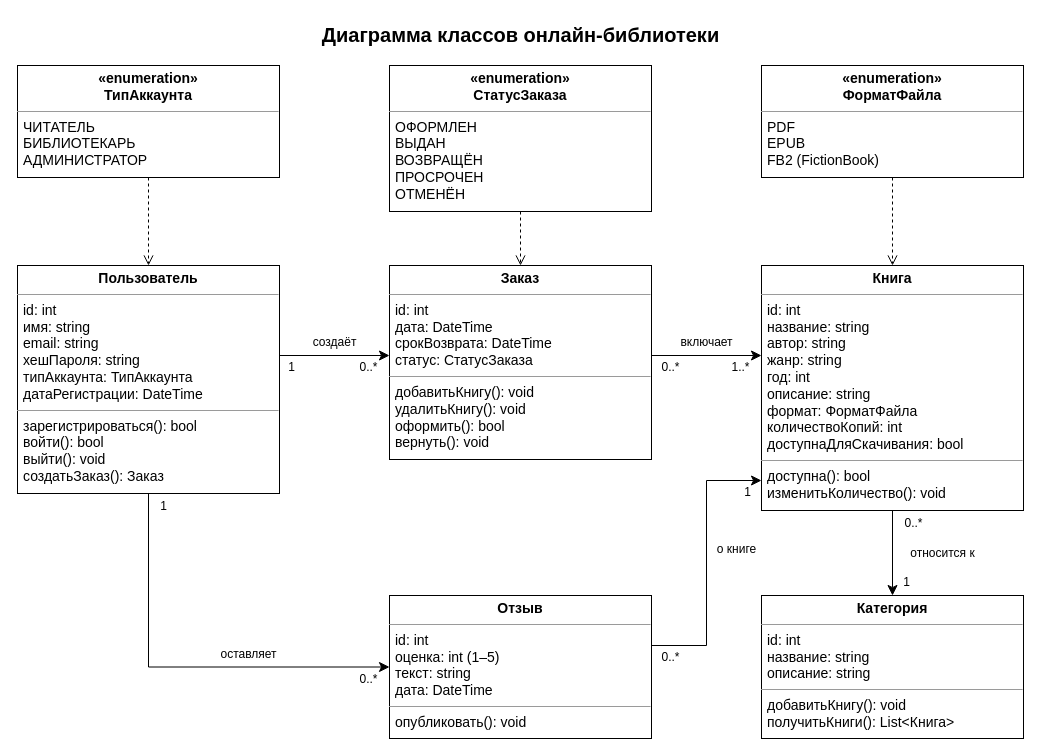
Before: Den4/Диаграмма_классов.drawio in masterRaizer/praktika, a draw.io diagram. Source tidied: cells renumbered, new cells numbered last; positions are measured from the earlier drawing's top-left corner, leaving out a move shared by most shapes. Both pictures are drawn from the tidied source at 100%, with x=0, y=0 at pixel (17, 17).
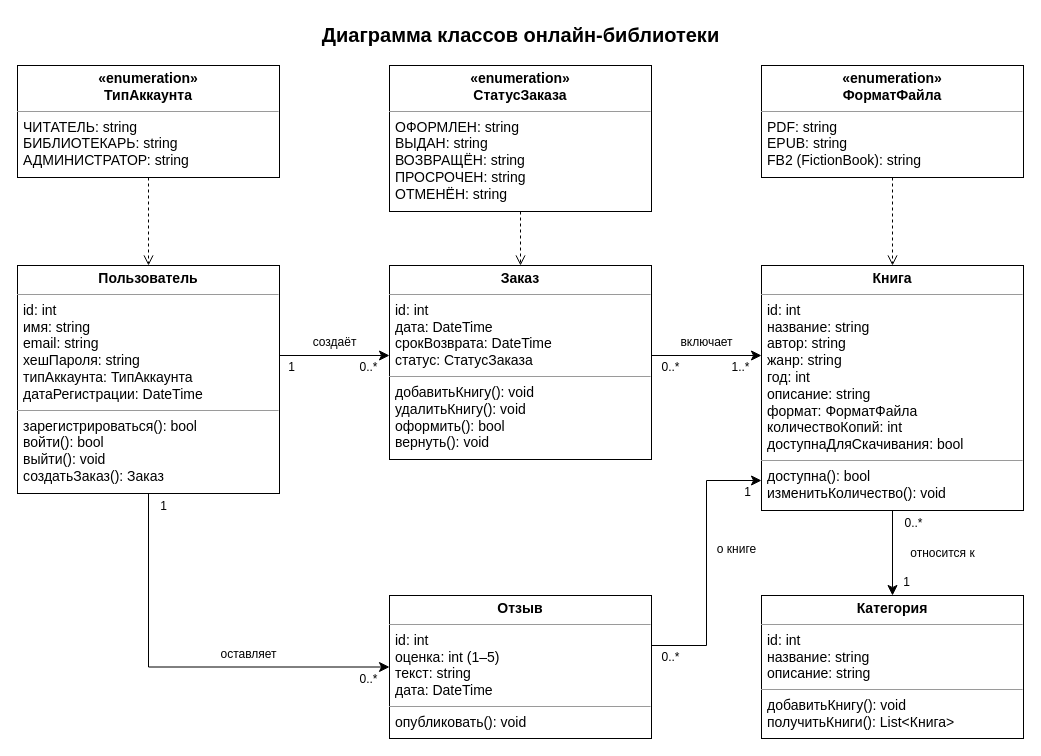
The same diagram, later.

Commit message (it also covers changes not shown here):
День 4: в перечислениях диаграммы классов указан тип хранения значений

Claude-Session: https://claude.ai/code/session_014eikovTKtZpgFz5n7RUEeA

What changed in the source:
```diff
@@
-    <mxCell id="3" value="&lt;p style=&quot;margin:0;margin-top:5px;text-align:center;&quot;&gt;&lt;b&gt;«enumeration»&lt;br&gt;ТипАккаунта&lt;/b&gt;&lt;/p&gt;&lt;hr size=&quot;1&quot;&gt;&lt;p style=&quot;margin:0 0 0 6px;&quot;&gt;ЧИТАТЕЛЬ&lt;br&gt;БИБЛИОТЕКАРЬ&lt;br&gt;АДМИНИСТРАТОР&lt;/p&gt;" style="verticalAlign=top;align=left;overflow=fill;html=1;whiteSpace=wrap;fillColor=#ffffff;strokeColor=#000000;fontFamily=Helvetica;fontSize=14;" parent="1" vertex="1">
+    <mxCell id="3" value="&lt;p style=&quot;margin:0;margin-top:5px;text-align:center;&quot;&gt;&lt;b&gt;«enumeration»&lt;br&gt;ТипАккаунта&lt;/b&gt;&lt;/p&gt;&lt;hr size=&quot;1&quot;&gt;&lt;p style=&quot;margin:0 0 0 6px;&quot;&gt;ЧИТАТЕЛЬ: string&lt;br&gt;БИБЛИОТЕКАРЬ: string&lt;br&gt;АДМИНИСТРАТОР: string&lt;/p&gt;" style="verticalAlign=top;align=left;overflow=fill;html=1;whiteSpace=wrap;fillColor=#ffffff;strokeColor=#000000;fontFamily=Helvetica;fontSize=14;" parent="1" vertex="1">
       <mxGeometry y="48" width="262" height="112" as="geometry" />
     </mxCell>
-    <mxCell id="4" value="&lt;p style=&quot;margin:0;margin-top:5px;text-align:center;&quot;&gt;&lt;b&gt;«enumeration»&lt;br&gt;СтатусЗаказа&lt;/b&gt;&lt;/p&gt;&lt;hr size=&quot;1&quot;&gt;&lt;p style=&quot;margin:0 0 0 6px;&quot;&gt;ОФОРМЛЕН&lt;br&gt;ВЫДАН&lt;br&gt;ВОЗВРАЩЁН&lt;br&gt;ПРОСРОЧЕН&lt;br&gt;ОТМЕНЁН&lt;/p&gt;" style="verticalAlign=top;align=left;overflow=fill;html=1;whiteSpace=wrap;fillColor=#ffffff;strokeColor=#000000;fontFamily=Helvetica;fontSize=14;" parent="1" vertex="1">
+    <mxCell id="4" value="&lt;p style=&quot;margin:0;margin-top:5px;text-align:center;&quot;&gt;&lt;b&gt;«enumeration»&lt;br&gt;СтатусЗаказа&lt;/b&gt;&lt;/p&gt;&lt;hr size=&quot;1&quot;&gt;&lt;p style=&quot;margin:0 0 0 6px;&quot;&gt;ОФОРМЛЕН: string&lt;br&gt;ВЫДАН: string&lt;br&gt;ВОЗВРАЩЁН: string&lt;br&gt;ПРОСРОЧЕН: string&lt;br&gt;ОТМЕНЁН: string&lt;/p&gt;" style="verticalAlign=top;align=left;overflow=fill;html=1;whiteSpace=wrap;fillColor=#ffffff;strokeColor=#000000;fontFamily=Helvetica;fontSize=14;" parent="1" vertex="1">
       <mxGeometry x="372" y="48" width="262" height="146" as="geometry" />
     </mxCell>
-    <mxCell id="5" value="&lt;p style=&quot;margin:0;margin-top:5px;text-align:center;&quot;&gt;&lt;b&gt;«enumeration»&lt;br&gt;ФорматФайла&lt;/b&gt;&lt;/p&gt;&lt;hr size=&quot;1&quot;&gt;&lt;p style=&quot;margin:0 0 0 6px;&quot;&gt;PDF&lt;br&gt;EPUB&lt;br&gt;FB2 (FictionBook)&lt;/p&gt;" style="verticalAlign=top;align=left;overflow=fill;html=1;whiteSpace=wrap;fillColor=#ffffff;strokeColor=#000000;fontFamily=Helvetica;fontSize=14;" parent="1" vertex="1">
+    <mxCell id="5" value="&lt;p style=&quot;margin:0;margin-top:5px;text-align:center;&quot;&gt;&lt;b&gt;«enumeration»&lt;br&gt;ФорматФайла&lt;/b&gt;&lt;/p&gt;&lt;hr size=&quot;1&quot;&gt;&lt;p style=&quot;margin:0 0 0 6px;&quot;&gt;PDF: string&lt;br&gt;EPUB: string&lt;br&gt;FB2 (FictionBook): string&lt;/p&gt;" style="verticalAlign=top;align=left;overflow=fill;html=1;whiteSpace=wrap;fillColor=#ffffff;strokeColor=#000000;fontFamily=Helvetica;fontSize=14;" parent="1" vertex="1">
       <mxGeometry x="744" y="48" width="262" height="112" as="geometry" />
     </mxCell>
```
